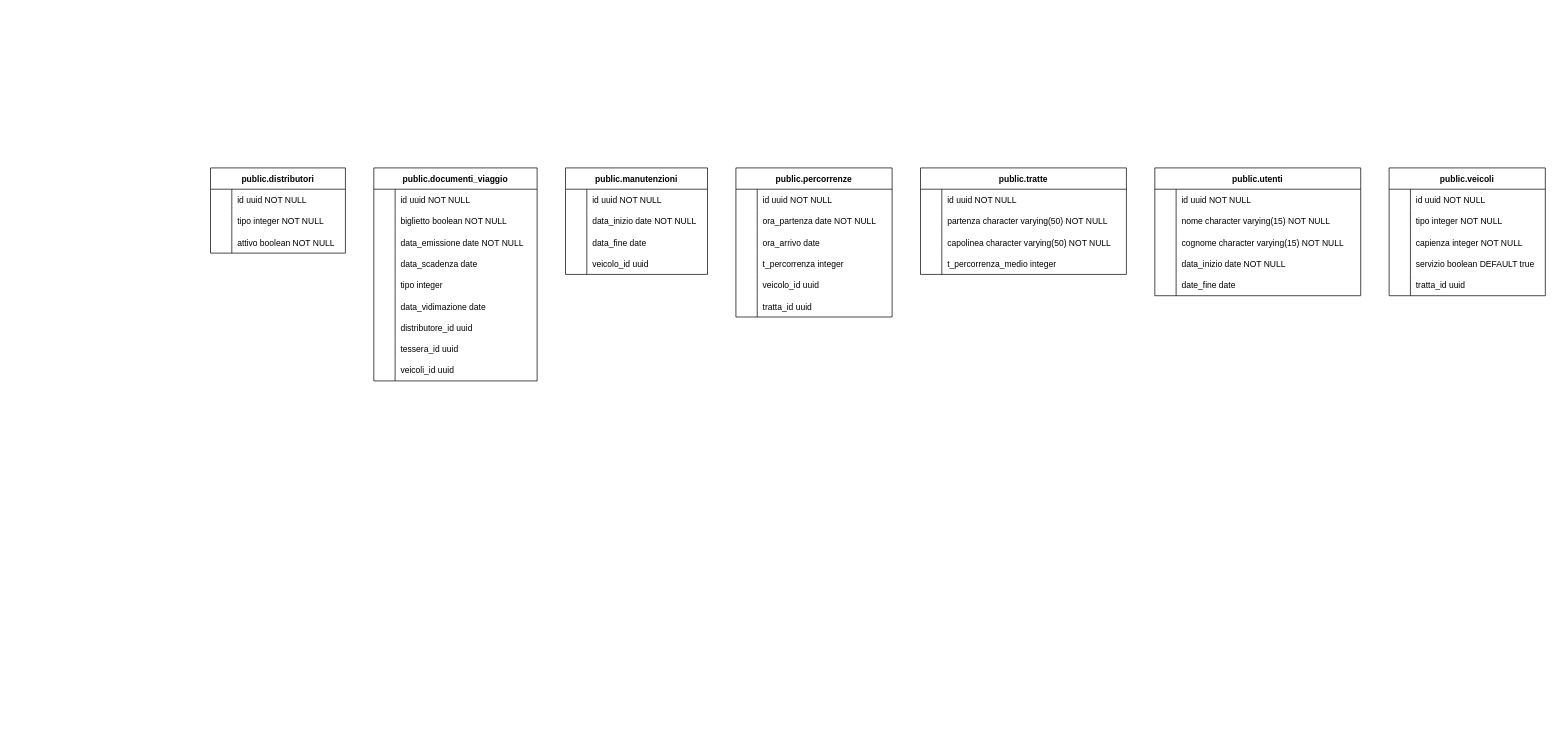
Earlier version of the draw.io diagram ER.drawio (12kpro/BE-U1-BW). Source tidied: cells renumbered, new cells numbered last; positions are measured from the earlier drawing's top-left corner, leaving out a move shared by most shapes. Both pictures are drawn from the tidied source at 71%, with x=0, y=0 at pixel (210, 168).
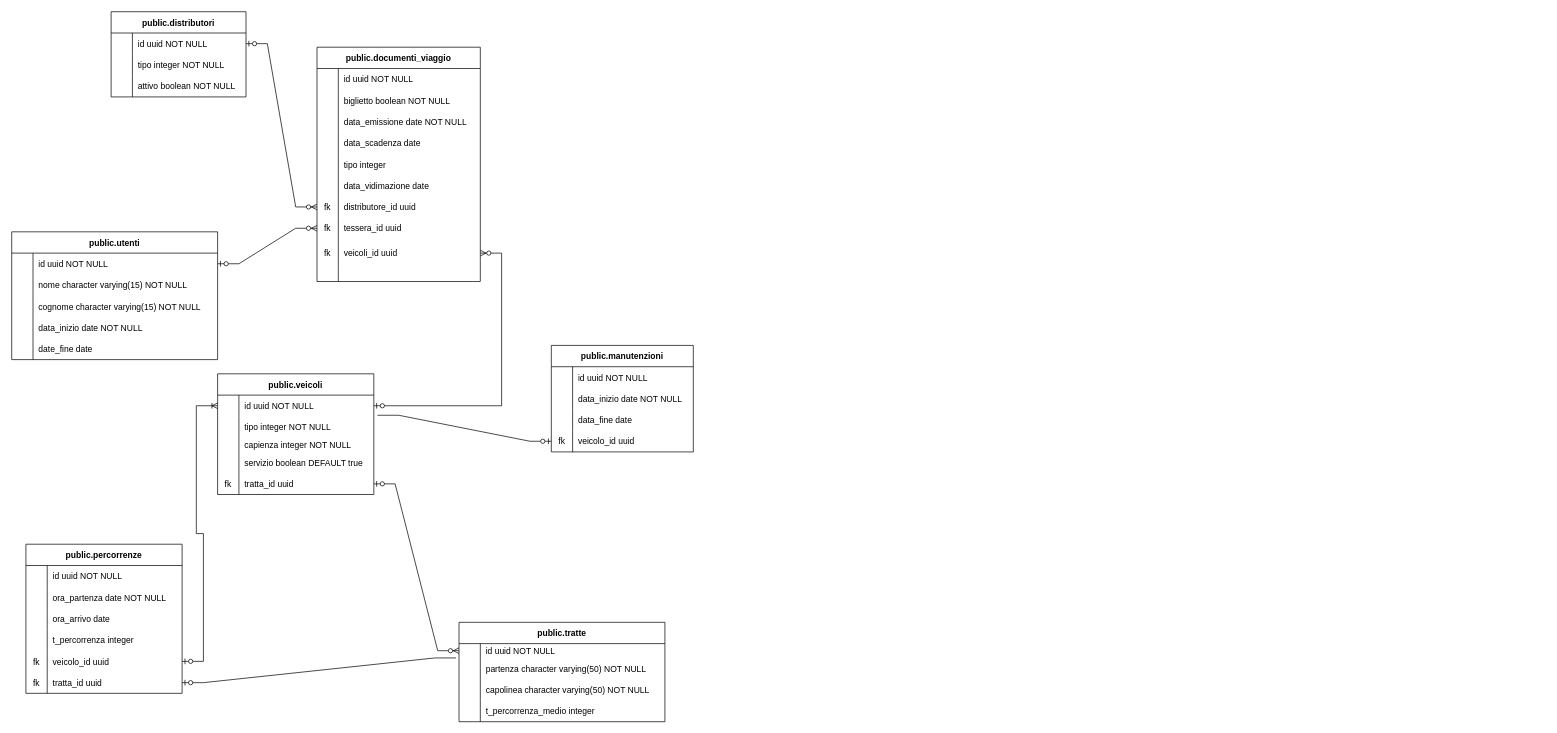
The same page after the edit.

Unchanged cells that the change refers to:
```xml
<mxCell id="3" style="shape=tableRow;horizontal=0;startSize=0;swimlaneHead=0;swimlaneBody=0;fillColor=none;points=[[0,0.5],[1,0.5]];portConstraint=eastwest;strokeColor=inherit;top=0;left=0;right=0;bottom=0;" parent="2" vertex="1">
  <mxGeometry y="30" width="190" height="30" as="geometry" />
</mxCell>
<mxCell id="31" style="shape=tableRow;horizontal=0;startSize=0;swimlaneHead=0;swimlaneBody=0;fillColor=none;points=[[0,0.5],[1,0.5]];portConstraint=eastwest;strokeColor=inherit;top=0;left=0;right=0;bottom=0;" parent="12" vertex="1">
  <mxGeometry y="210" width="230" height="30" as="geometry" />
</mxCell>
<mxCell id="34" style="shape=tableRow;horizontal=0;startSize=0;swimlaneHead=0;swimlaneBody=0;fillColor=none;points=[[0,0.5],[1,0.5]];portConstraint=eastwest;strokeColor=inherit;top=0;left=0;right=0;bottom=0;" parent="12" vertex="1">
  <mxGeometry y="240" width="230" height="30" as="geometry" />
</mxCell>
<mxCell id="50" style="shape=tableRow;horizontal=0;startSize=0;swimlaneHead=0;swimlaneBody=0;fillColor=none;points=[[0,0.5],[1,0.5]];portConstraint=eastwest;strokeColor=inherit;top=0;left=0;right=0;bottom=0;" parent="40" vertex="1">
  <mxGeometry y="120" width="200" height="30" as="geometry" />
</mxCell>
<mxCell id="66" style="shape=tableRow;horizontal=0;startSize=0;swimlaneHead=0;swimlaneBody=0;fillColor=none;points=[[0,0.5],[1,0.5]];portConstraint=eastwest;strokeColor=inherit;top=0;left=0;right=0;bottom=0;" parent="53" vertex="1">
  <mxGeometry y="150" width="220" height="30" as="geometry" />
</mxCell>
<mxCell id="69" style="shape=tableRow;horizontal=0;startSize=0;swimlaneHead=0;swimlaneBody=0;fillColor=none;points=[[0,0.5],[1,0.5]];portConstraint=eastwest;strokeColor=inherit;top=0;left=0;right=0;bottom=0;" parent="53" vertex="1">
  <mxGeometry y="180" width="220" height="30" as="geometry" />
</mxCell>
<mxCell id="86" style="shape=tableRow;horizontal=0;startSize=0;swimlaneHead=0;swimlaneBody=0;fillColor=none;points=[[0,0.5],[1,0.5]];portConstraint=eastwest;strokeColor=inherit;top=0;left=0;right=0;bottom=0;" parent="85" vertex="1">
  <mxGeometry y="30" width="290" height="30" as="geometry" />
</mxCell>
<mxCell id="102" style="shape=tableRow;horizontal=0;startSize=0;swimlaneHead=0;swimlaneBody=0;fillColor=none;points=[[0,0.5],[1,0.5]];portConstraint=eastwest;strokeColor=inherit;top=0;left=0;right=0;bottom=0;" parent="101" vertex="1">
  <mxGeometry y="30" width="220" height="30" as="geometry" />
</mxCell>
```

The edit, as a diff of the source:
```diff
@@
     <mxCell id="2" value="public.distributori" style="shape=table;startSize=30;childLayout=tableLayout;rowLines=0;fontStyle=1;align=center;" parent="1" vertex="1">
-      <mxGeometry width="190" height="120" as="geometry" />
+      <mxGeometry x="-140" y="-220" width="190" height="120" as="geometry" />
     </mxCell>
@@
     <mxCell id="12" value="public.documenti_viaggio" style="shape=table;startSize=30;childLayout=tableLayout;rowLines=0;fontStyle=1;align=center;" parent="1" vertex="1">
-      <mxGeometry x="230" width="230" height="300" as="geometry" />
+      <mxGeometry x="150" y="-170" width="230" height="330" as="geometry" />
     </mxCell>
@@
-    <mxCell id="32" style="shape=partialRectangle;overflow=hidden;fillColor=none;strokeColor=inherit;top=0;left=0;bottom=0;right=0;" parent="31" vertex="1">
+    <mxCell id="32" value="fk" style="shape=partialRectangle;overflow=hidden;fillColor=none;strokeColor=inherit;top=0;left=0;bottom=0;right=0;" parent="31" vertex="1">
       <mxGeometry width="30" height="30" as="geometry" />
     </mxCell>
@@
-    <mxCell id="35" style="shape=partialRectangle;overflow=hidden;fillColor=none;strokeColor=inherit;top=0;left=0;bottom=0;right=0;" parent="34" vertex="1">
+    <mxCell id="35" value="fk" style="shape=partialRectangle;overflow=hidden;fillColor=none;strokeColor=inherit;top=0;left=0;bottom=0;right=0;" parent="34" vertex="1">
       <mxGeometry width="30" height="30" as="geometry" />
     </mxCell>
@@
+    <mxCell id="117" style="shape=tableRow;horizontal=0;startSize=0;swimlaneHead=0;swimlaneBody=0;fillColor=none;points=[[0,0.5],[1,0.5]];portConstraint=eastwest;strokeColor=inherit;top=0;left=0;right=0;bottom=0;" parent="12" vertex="1">
+      <mxGeometry y="270" width="230" height="40" as="geometry" />
+    </mxCell>
+    <mxCell id="118" value="fk" style="shape=partialRectangle;overflow=hidden;fillColor=none;strokeColor=inherit;top=0;left=0;bottom=0;right=0;" parent="117" vertex="1">
+      <mxGeometry width="30" height="40" as="geometry" />
+    </mxCell>
+    <mxCell id="119" value="veicoli_id uuid" style="shape=partialRectangle;overflow=hidden;fillColor=none;align=left;strokeColor=inherit;top=0;left=0;bottom=0;right=0;spacingLeft=6;" parent="117" vertex="1">
+      <mxGeometry x="30" width="200" height="40" as="geometry" />
+    </mxCell>
     <mxCell id="37" style="shape=tableRow;horizontal=0;startSize=0;swimlaneHead=0;swimlaneBody=0;fillColor=none;strokeColor=inherit;top=0;left=0;right=0;bottom=0;" parent="12" vertex="1">
-      <mxGeometry y="270" width="230" height="30" as="geometry" />
+      <mxGeometry y="310" width="230" height="20" as="geometry" />
     </mxCell>
     <mxCell id="38" style="shape=partialRectangle;overflow=hidden;fillColor=none;strokeColor=inherit;top=0;left=0;bottom=0;right=0;" parent="37" vertex="1">
-      <mxGeometry width="30" height="30" as="geometry" />
+      <mxGeometry width="30" height="20" as="geometry" />
     </mxCell>
-    <mxCell id="39" value="veicoli_id uuid" style="shape=partialRectangle;overflow=hidden;fillColor=none;align=left;strokeColor=inherit;top=0;left=0;bottom=0;right=0;spacingLeft=6;" parent="37" vertex="1">
-      <mxGeometry x="30" width="200" height="30" as="geometry" />
+    <mxCell id="39" style="shape=partialRectangle;overflow=hidden;fillColor=none;align=left;strokeColor=inherit;top=0;left=0;bottom=0;right=0;spacingLeft=6;" parent="37" vertex="1">
+      <mxGeometry x="30" width="200" height="20" as="geometry" />
     </mxCell>
     <mxCell id="40" value="public.manutenzioni" style="shape=table;startSize=30;childLayout=tableLayout;rowLines=0;fontStyle=1;align=center;" parent="1" vertex="1">
-      <mxGeometry x="500" width="200" height="150" as="geometry" />
+      <mxGeometry x="480" y="250" width="200" height="150" as="geometry" />
     </mxCell>
@@
-    <mxCell id="51" style="shape=partialRectangle;overflow=hidden;fillColor=none;strokeColor=inherit;top=0;left=0;bottom=0;right=0;" parent="50" vertex="1">
+    <mxCell id="51" value="fk" style="shape=partialRectangle;overflow=hidden;fillColor=none;strokeColor=inherit;top=0;left=0;bottom=0;right=0;" parent="50" vertex="1">
       <mxGeometry width="30" height="30" as="geometry" />
     </mxCell>
@@
     <mxCell id="53" value="public.percorrenze" style="shape=table;startSize=30;childLayout=tableLayout;rowLines=0;fontStyle=1;align=center;" parent="1" vertex="1">
-      <mxGeometry x="740" width="220" height="210" as="geometry" />
+      <mxGeometry x="-260" y="530" width="220" height="210" as="geometry" />
     </mxCell>
@@
-    <mxCell id="67" style="shape=partialRectangle;overflow=hidden;fillColor=none;strokeColor=inherit;top=0;left=0;bottom=0;right=0;" parent="66" vertex="1">
+    <mxCell id="67" value="fk" style="shape=partialRectangle;overflow=hidden;fillColor=none;strokeColor=inherit;top=0;left=0;bottom=0;right=0;" parent="66" vertex="1">
       <mxGeometry width="30" height="30" as="geometry" />
     </mxCell>
@@
-    <mxCell id="70" style="shape=partialRectangle;overflow=hidden;fillColor=none;strokeColor=inherit;top=0;left=0;bottom=0;right=0;" parent="69" vertex="1">
+    <mxCell id="70" value="fk" style="shape=partialRectangle;overflow=hidden;fillColor=none;strokeColor=inherit;top=0;left=0;bottom=0;right=0;" parent="69" vertex="1">
       <mxGeometry width="30" height="30" as="geometry" />
     </mxCell>
@@
     <mxCell id="72" value="public.tratte" style="shape=table;startSize=30;childLayout=tableLayout;rowLines=0;fontStyle=1;align=center;" parent="1" vertex="1">
-      <mxGeometry x="1000" width="290" height="150" as="geometry" />
+      <mxGeometry x="350" y="640" width="290" height="140" as="geometry" />
     </mxCell>
     <mxCell id="73" style="shape=tableRow;horizontal=0;startSize=0;swimlaneHead=0;swimlaneBody=0;fillColor=none;points=[[0,0.5],[1,0.5]];portConstraint=eastwest;strokeColor=inherit;top=0;left=0;right=0;bottom=0;" parent="72" vertex="1">
-      <mxGeometry y="30" width="290" height="30" as="geometry" />
+      <mxGeometry y="30" width="290" height="20" as="geometry" />
     </mxCell>
     <mxCell id="74" style="shape=partialRectangle;overflow=hidden;fillColor=none;strokeColor=inherit;top=0;left=0;bottom=0;right=0;" parent="73" vertex="1">
-      <mxGeometry width="30" height="30" as="geometry" />
+      <mxGeometry width="30" height="20" as="geometry" />
     </mxCell>
     <mxCell id="75" value="id uuid NOT NULL" style="shape=partialRectangle;overflow=hidden;fillColor=none;align=left;strokeColor=inherit;top=0;left=0;bottom=0;right=0;spacingLeft=6;" parent="73" vertex="1">
-      <mxGeometry x="30" width="260" height="30" as="geometry" />
+      <mxGeometry x="30" width="260" height="20" as="geometry" />
     </mxCell>
     <mxCell id="76" style="shape=tableRow;horizontal=0;startSize=0;swimlaneHead=0;swimlaneBody=0;fillColor=none;points=[[0,0.5],[1,0.5]];portConstraint=eastwest;strokeColor=inherit;top=0;left=0;right=0;bottom=0;" parent="72" vertex="1">
-      <mxGeometry y="60" width="290" height="30" as="geometry" />
+      <mxGeometry y="50" width="290" height="30" as="geometry" />
     </mxCell>
@@
     <mxCell id="79" style="shape=tableRow;horizontal=0;startSize=0;swimlaneHead=0;swimlaneBody=0;fillColor=none;strokeColor=inherit;top=0;left=0;right=0;bottom=0;" parent="72" vertex="1">
-      <mxGeometry y="90" width="290" height="30" as="geometry" />
+      <mxGeometry y="80" width="290" height="30" as="geometry" />
     </mxCell>
@@
     <mxCell id="82" style="shape=tableRow;horizontal=0;startSize=0;swimlaneHead=0;swimlaneBody=0;fillColor=none;strokeColor=inherit;top=0;left=0;right=0;bottom=0;" parent="72" vertex="1">
-      <mxGeometry y="120" width="290" height="30" as="geometry" />
+      <mxGeometry y="110" width="290" height="30" as="geometry" />
     </mxCell>
@@
     <mxCell id="85" value="public.utenti" style="shape=table;startSize=30;childLayout=tableLayout;rowLines=0;fontStyle=1;align=center;" parent="1" vertex="1">
-      <mxGeometry x="1330" width="290" height="180" as="geometry" />
+      <mxGeometry x="-280" y="90" width="290" height="180" as="geometry" />
     </mxCell>
@@
     <mxCell id="101" value="public.veicoli" style="shape=table;startSize=30;childLayout=tableLayout;rowLines=0;fontStyle=1;align=center;" parent="1" vertex="1">
-      <mxGeometry x="1660" width="220" height="180" as="geometry" />
+      <mxGeometry x="10" y="290" width="220" height="170" as="geometry" />
     </mxCell>
@@
     <mxCell id="108" style="shape=tableRow;horizontal=0;startSize=0;swimlaneHead=0;swimlaneBody=0;fillColor=none;strokeColor=inherit;top=0;left=0;right=0;bottom=0;" parent="101" vertex="1">
-      <mxGeometry y="90" width="220" height="30" as="geometry" />
+      <mxGeometry y="90" width="220" height="20" as="geometry" />
     </mxCell>
     <mxCell id="109" style="shape=partialRectangle;overflow=hidden;fillColor=none;strokeColor=inherit;top=0;left=0;bottom=0;right=0;" parent="108" vertex="1">
-      <mxGeometry width="30" height="30" as="geometry" />
+      <mxGeometry width="30" height="20" as="geometry" />
     </mxCell>
     <mxCell id="110" value="capienza integer NOT NULL" style="shape=partialRectangle;overflow=hidden;fillColor=none;align=left;strokeColor=inherit;top=0;left=0;bottom=0;right=0;spacingLeft=6;" parent="108" vertex="1">
-      <mxGeometry x="30" width="190" height="30" as="geometry" />
+      <mxGeometry x="30" width="190" height="20" as="geometry" />
     </mxCell>
     <mxCell id="111" style="shape=tableRow;horizontal=0;startSize=0;swimlaneHead=0;swimlaneBody=0;fillColor=none;strokeColor=inherit;top=0;left=0;right=0;bottom=0;" parent="101" vertex="1">
-      <mxGeometry y="120" width="220" height="30" as="geometry" />
+      <mxGeometry y="110" width="220" height="30" as="geometry" />
     </mxCell>
@@
     <mxCell id="114" style="shape=tableRow;horizontal=0;startSize=0;swimlaneHead=0;swimlaneBody=0;fillColor=none;points=[[0,0.5],[1,0.5]];portConstraint=eastwest;strokeColor=inherit;top=0;left=0;right=0;bottom=0;" parent="101" vertex="1">
-      <mxGeometry y="150" width="220" height="30" as="geometry" />
+      <mxGeometry y="140" width="220" height="30" as="geometry" />
     </mxCell>
-    <mxCell id="115" style="shape=partialRectangle;overflow=hidden;fillColor=none;strokeColor=inherit;top=0;left=0;bottom=0;right=0;" parent="114" vertex="1">
+    <mxCell id="115" value="fk" style="shape=partialRectangle;overflow=hidden;fillColor=none;strokeColor=inherit;top=0;left=0;bottom=0;right=0;" parent="114" vertex="1">
       <mxGeometry width="30" height="30" as="geometry" />
     </mxCell>
@@
+    <mxCell id="120" style="edgeStyle=entityRelationEdgeStyle;fontSize=12;html=1;endArrow=ERzeroToMany;startArrow=ERzeroToOne;rounded=0;entryX=0;entryY=0.5;entryDx=0;entryDy=0;exitX=1;exitY=0.5;exitDx=0;exitDy=0;" parent="1" edge="1" source="3" target="31">
+      <mxGeometry relative="1" as="geometry" />
+    </mxCell>
+    <mxCell id="121" style="edgeStyle=entityRelationEdgeStyle;fontSize=12;html=1;endArrow=ERzeroToOne;endFill=1;rounded=0;entryX=0;entryY=0.5;entryDx=0;entryDy=0;exitX=1.023;exitY=0.946;exitDx=0;exitDy=0;exitPerimeter=0;" parent="1" edge="1" source="102" target="50">
+      <mxGeometry relative="1" as="geometry" />
+    </mxCell>
+    <mxCell id="122" style="edgeStyle=entityRelationEdgeStyle;fontSize=12;html=1;endArrow=ERoneToMany;startArrow=ERzeroToOne;rounded=0;exitX=1;exitY=0.5;exitDx=0;exitDy=0;entryX=0;entryY=0.5;entryDx=0;entryDy=0;" parent="1" edge="1" source="66" target="102">
+      <mxGeometry relative="1" as="geometry" />
+    </mxCell>
+    <mxCell id="123" style="edgeStyle=entityRelationEdgeStyle;fontSize=12;html=1;endArrow=ERzeroToMany;startArrow=ERzeroToOne;rounded=0;exitX=1;exitY=0.5;exitDx=0;exitDy=0;entryX=0;entryY=0.5;entryDx=0;entryDy=0;" parent="1" edge="1" source="86" target="34">
+      <mxGeometry relative="1" as="geometry" />
+    </mxCell>
+    <mxCell id="124" style="edgeStyle=entityRelationEdgeStyle;fontSize=12;html=1;endArrow=ERzeroToOne;endFill=1;rounded=0;entryX=1;entryY=0.5;entryDx=0;entryDy=0;exitX=-0.014;exitY=0.006;exitDx=0;exitDy=0;exitPerimeter=0;" parent="1" edge="1" source="76" target="69">
+      <mxGeometry relative="1" as="geometry" />
+    </mxCell>
+    <mxCell id="125" style="edgeStyle=entityRelationEdgeStyle;fontSize=12;html=1;endArrow=ERzeroToMany;startArrow=ERzeroToOne;rounded=0;exitX=1;exitY=0.5;exitDx=0;exitDy=0;" parent="1" edge="1" source="102" target="117">
+      <mxGeometry relative="1" as="geometry" />
+    </mxCell>
+    <mxCell id="126" style="edgeStyle=entityRelationEdgeStyle;fontSize=12;html=1;endArrow=ERzeroToMany;startArrow=ERzeroToOne;rounded=0;exitX=1;exitY=0.5;exitDx=0;exitDy=0;" parent="1" edge="1" source="114" target="73">
+      <mxGeometry relative="1" as="geometry" />
+    </mxCell>
```
